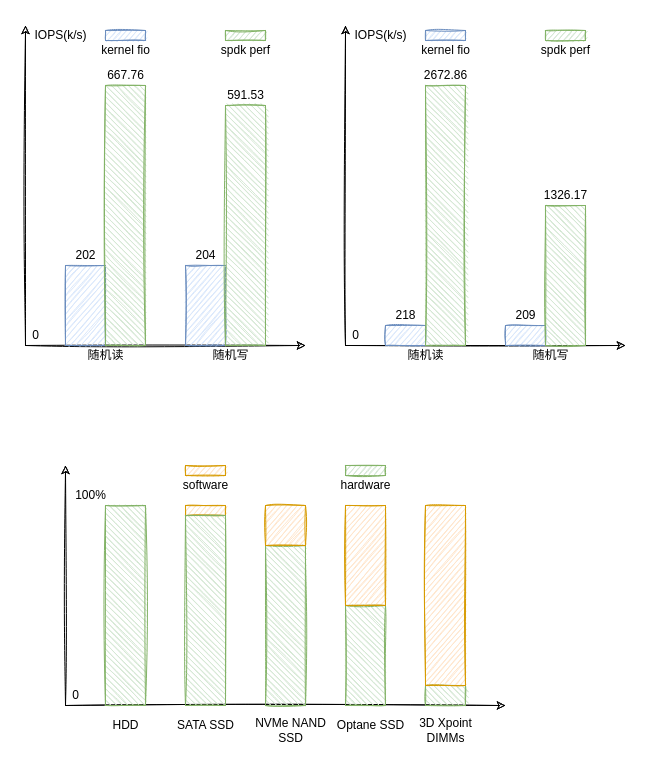
EarthWind/deeparch keeps this draw.io diagram as page "perf" (7 of 7) of spdk/spdk.drawio. Above is the earlier version. Source tidied: cells renumbered, new cells numbered last; positions are measured from the earlier drawing's top-left corner, leaving out a move shared by most shapes. Both pictures are drawn from the tidied source at 100%, with x=0, y=0 at pixel (25, 25).
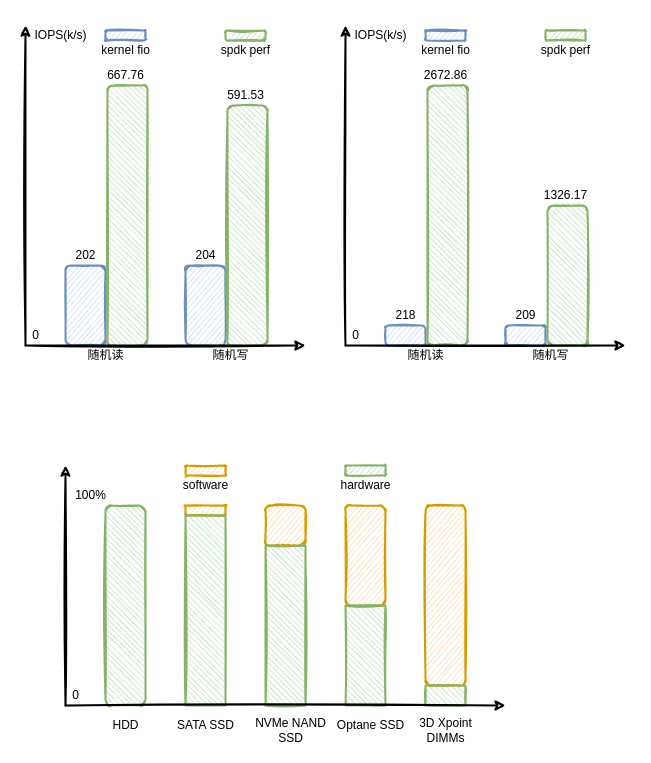
The same page after the edit.

Change to the diagram source:
```diff
@@
-    <mxCell id="2" style="endArrow=classic;html=1;sketch=1;" parent="1" edge="1">
+    <mxCell id="2" style="endArrow=classic;html=1;sketch=1;strokeWidth=2;" parent="1" edge="1">
       <mxGeometry relative="1" as="geometry">
         <mxPoint y="320" as="sourcePoint" />
         <mxPoint as="targetPoint" />
       </mxGeometry>
     </mxCell>
-    <mxCell id="3" style="endArrow=classic;html=1;sketch=1;" parent="1" edge="1">
-      <mxGeometry relative="1" as="geometry">
-        <mxPoint y="320" as="sourcePoint" />
-        <mxPoint x="280" y="320" as="targetPoint" />
-      </mxGeometry>
-    </mxCell>
-    <mxCell id="4" style="rounded=0;whiteSpace=wrap;html=1;sketch=1;fillColor=#dae8fc;strokeColor=#6c8ebf;fillWeight=1;hachureGap=4;hachureAngle=-41;" parent="1" vertex="1">
+    <mxCell id="4" style="rounded=1;whiteSpace=wrap;html=1;sketch=1;fillColor=#dae8fc;strokeColor=#6c8ebf;fillWeight=1;hachureGap=4;hachureAngle=-41;strokeWidth=2;" parent="1" vertex="1">
       <mxGeometry x="40" y="240" width="40" height="80" as="geometry" />
     </mxCell>
-    <mxCell id="5" style="rounded=0;whiteSpace=wrap;html=1;sketch=1;fillColor=#d5e8d4;strokeColor=#82b366;fillWeight=1;hachureGap=4;hachureAngle=45;" parent="1" vertex="1">
-      <mxGeometry x="80" y="60" width="40" height="260" as="geometry" />
+    <mxCell id="5" style="rounded=1;whiteSpace=wrap;html=1;sketch=1;fillColor=#d5e8d4;strokeColor=#82b366;fillWeight=1;hachureGap=4;hachureAngle=45;strokeWidth=2;" parent="1" vertex="1">
+      <mxGeometry x="82" y="60" width="40" height="260" as="geometry" />
     </mxCell>
-    <mxCell id="6" style="rounded=0;whiteSpace=wrap;html=1;sketch=1;fillColor=#dae8fc;strokeColor=#6c8ebf;fillWeight=1;hachureGap=4;" parent="1" vertex="1">
+    <mxCell id="6" style="rounded=1;whiteSpace=wrap;html=1;sketch=1;fillColor=#dae8fc;strokeColor=#6c8ebf;fillWeight=1;hachureGap=4;strokeWidth=2;" parent="1" vertex="1">
       <mxGeometry x="160" y="240" width="40" height="80" as="geometry" />
     </mxCell>
-    <mxCell id="7" style="rounded=0;whiteSpace=wrap;html=1;sketch=1;fillColor=#d5e8d4;strokeColor=#82b366;fillWeight=1;hachureGap=4;hachureAngle=45;" parent="1" vertex="1">
-      <mxGeometry x="200" y="80" width="40" height="240" as="geometry" />
+    <mxCell id="7" style="rounded=1;whiteSpace=wrap;html=1;sketch=1;fillColor=#d5e8d4;strokeColor=#82b366;fillWeight=1;hachureGap=4;hachureAngle=45;strokeWidth=2;" parent="1" vertex="1">
+      <mxGeometry x="202" y="80" width="40" height="240" as="geometry" />
     </mxCell>
@@
-    <mxCell id="16" style="endArrow=classic;html=1;sketch=1;" parent="1" edge="1">
+    <mxCell id="16" style="endArrow=classic;html=1;sketch=1;strokeWidth=2;" parent="1" edge="1">
       <mxGeometry relative="1" as="geometry">
         <mxPoint x="320" y="320" as="sourcePoint" />
         <mxPoint x="320" as="targetPoint" />
       </mxGeometry>
     </mxCell>
-    <mxCell id="17" style="endArrow=classic;html=1;sketch=1;" parent="1" edge="1">
-      <mxGeometry relative="1" as="geometry">
-        <mxPoint x="320" y="320" as="sourcePoint" />
-        <mxPoint x="600" y="320" as="targetPoint" />
-      </mxGeometry>
-    </mxCell>
-    <mxCell id="18" style="rounded=0;whiteSpace=wrap;html=1;sketch=1;fillColor=#dae8fc;strokeColor=#6c8ebf;fillWeight=1;hachureGap=4;hachureAngle=-41;" parent="1" vertex="1">
+    <mxCell id="18" style="rounded=1;whiteSpace=wrap;html=1;sketch=1;fillColor=#dae8fc;strokeColor=#6c8ebf;fillWeight=1;hachureGap=4;hachureAngle=-41;strokeWidth=2;" parent="1" vertex="1">
       <mxGeometry x="360" y="300" width="40" height="20" as="geometry" />
     </mxCell>
-    <mxCell id="19" style="rounded=0;whiteSpace=wrap;html=1;sketch=1;fillColor=#d5e8d4;strokeColor=#82b366;fillWeight=1;hachureGap=4;hachureAngle=45;" parent="1" vertex="1">
-      <mxGeometry x="400" y="60" width="40" height="260" as="geometry" />
+    <mxCell id="19" style="rounded=1;whiteSpace=wrap;html=1;sketch=1;fillColor=#d5e8d4;strokeColor=#82b366;fillWeight=1;hachureGap=4;hachureAngle=45;strokeWidth=2;" parent="1" vertex="1">
+      <mxGeometry x="402" y="60" width="40" height="260" as="geometry" />
     </mxCell>
-    <mxCell id="20" style="rounded=0;whiteSpace=wrap;html=1;sketch=1;fillColor=#dae8fc;strokeColor=#6c8ebf;fillWeight=1;hachureGap=4;" parent="1" vertex="1">
+    <mxCell id="20" style="rounded=1;whiteSpace=wrap;html=1;sketch=1;fillColor=#dae8fc;strokeColor=#6c8ebf;fillWeight=1;hachureGap=4;strokeWidth=2;" parent="1" vertex="1">
       <mxGeometry x="480" y="300" width="40" height="20" as="geometry" />
     </mxCell>
-    <mxCell id="21" style="rounded=0;whiteSpace=wrap;html=1;sketch=1;fillColor=#d5e8d4;strokeColor=#82b366;fillWeight=1;hachureGap=4;hachureAngle=45;" parent="1" vertex="1">
-      <mxGeometry x="520" y="180" width="40" height="140" as="geometry" />
+    <mxCell id="21" style="rounded=1;whiteSpace=wrap;html=1;sketch=1;fillColor=#d5e8d4;strokeColor=#82b366;fillWeight=1;hachureGap=4;hachureAngle=45;strokeWidth=2;" parent="1" vertex="1">
+      <mxGeometry x="522" y="180" width="40" height="140" as="geometry" />
     </mxCell>
@@
-    <mxCell id="30" style="rounded=0;whiteSpace=wrap;html=1;sketch=1;fillColor=#dae8fc;strokeColor=#6c8ebf;fillWeight=1;hachureGap=4;hachureAngle=-41;" parent="1" vertex="1">
+    <mxCell id="30" style="rounded=1;whiteSpace=wrap;html=1;sketch=1;fillColor=#dae8fc;strokeColor=#6c8ebf;fillWeight=1;hachureGap=4;hachureAngle=-41;strokeWidth=2;" parent="1" vertex="1">
       <mxGeometry x="80" y="5" width="40" height="10" as="geometry" />
     </mxCell>
-    <mxCell id="31" style="rounded=0;whiteSpace=wrap;html=1;sketch=1;fillColor=#d5e8d4;strokeColor=#82b366;fillWeight=1;hachureGap=4;hachureAngle=-41;" parent="1" vertex="1">
+    <mxCell id="31" style="rounded=1;whiteSpace=wrap;html=1;sketch=1;fillColor=#d5e8d4;strokeColor=#82b366;fillWeight=1;hachureGap=4;hachureAngle=-41;strokeWidth=2;" parent="1" vertex="1">
       <mxGeometry x="200" y="5" width="40" height="10" as="geometry" />
     </mxCell>
@@
-    <mxCell id="34" style="rounded=0;whiteSpace=wrap;html=1;sketch=1;fillColor=#dae8fc;strokeColor=#6c8ebf;fillWeight=1;hachureGap=4;hachureAngle=-41;" parent="1" vertex="1">
+    <mxCell id="34" style="rounded=1;whiteSpace=wrap;html=1;sketch=1;fillColor=#dae8fc;strokeColor=#6c8ebf;fillWeight=1;hachureGap=4;hachureAngle=-41;strokeWidth=2;" parent="1" vertex="1">
       <mxGeometry x="400" y="5" width="40" height="10" as="geometry" />
     </mxCell>
-    <mxCell id="35" style="rounded=0;whiteSpace=wrap;html=1;sketch=1;fillColor=#d5e8d4;strokeColor=#82b366;fillWeight=1;hachureGap=4;hachureAngle=-41;" parent="1" vertex="1">
+    <mxCell id="35" style="rounded=1;whiteSpace=wrap;html=1;sketch=1;fillColor=#d5e8d4;strokeColor=#82b366;fillWeight=1;hachureGap=4;hachureAngle=-41;strokeWidth=2;" parent="1" vertex="1">
       <mxGeometry x="520" y="5" width="40" height="10" as="geometry" />
     </mxCell>
@@
-    <mxCell id="38" style="endArrow=classic;html=1;sketch=1;" parent="1" edge="1">
+    <mxCell id="38" style="endArrow=classic;html=1;sketch=1;strokeWidth=2;" parent="1" edge="1">
       <mxGeometry relative="1" as="geometry">
         <mxPoint x="40" y="680" as="sourcePoint" />
         <mxPoint x="40" y="440" as="targetPoint" />
       </mxGeometry>
     </mxCell>
-    <mxCell id="39" style="endArrow=classic;html=1;sketch=1;" parent="1" edge="1">
-      <mxGeometry relative="1" as="geometry">
-        <mxPoint x="40" y="680" as="sourcePoint" />
-        <mxPoint x="480" y="680" as="targetPoint" />
-      </mxGeometry>
-    </mxCell>
-    <mxCell id="40" style="rounded=0;whiteSpace=wrap;html=1;sketch=1;fillColor=#ffe6cc;strokeColor=#d79b00;fillWeight=1;hachureGap=4;hachureAngle=-41;" parent="1" vertex="1">
+    <mxCell id="40" style="rounded=1;whiteSpace=wrap;html=1;sketch=1;fillColor=#ffe6cc;strokeColor=#d79b00;fillWeight=1;hachureGap=4;hachureAngle=-41;strokeWidth=2;" parent="1" vertex="1">
       <mxGeometry x="160" y="480" width="40" height="10" as="geometry" />
     </mxCell>
-    <mxCell id="41" style="rounded=0;whiteSpace=wrap;html=1;sketch=1;fillColor=#d5e8d4;strokeColor=#82b366;fillWeight=1;hachureGap=4;hachureAngle=45;" parent="1" vertex="1">
+    <mxCell id="41" style="whiteSpace=wrap;html=1;sketch=1;fillColor=#d5e8d4;strokeColor=#82b366;fillWeight=1;hachureGap=4;hachureAngle=45;strokeWidth=2;rounded=1;" parent="1" vertex="1">
       <mxGeometry x="80" y="480" width="40" height="200" as="geometry" />
     </mxCell>
-    <mxCell id="42" style="rounded=0;whiteSpace=wrap;html=1;sketch=1;fillColor=#d5e8d4;strokeColor=#82b366;fillWeight=1;hachureGap=4;hachureAngle=45;" parent="1" vertex="1">
+    <mxCell id="42" style="rounded=0;whiteSpace=wrap;html=1;sketch=1;fillColor=#d5e8d4;strokeColor=#82b366;fillWeight=1;hachureGap=4;hachureAngle=45;strokeWidth=2;" parent="1" vertex="1">
       <mxGeometry x="160" y="490" width="40" height="190" as="geometry" />
     </mxCell>
@@
-    <mxCell id="45" style="rounded=0;whiteSpace=wrap;html=1;sketch=1;fillColor=#ffe6cc;strokeColor=#d79b00;fillWeight=1;hachureGap=4;hachureAngle=-41;" parent="1" vertex="1">
+    <mxCell id="45" style="rounded=1;whiteSpace=wrap;html=1;sketch=1;fillColor=#ffe6cc;strokeColor=#d79b00;fillWeight=1;hachureGap=4;hachureAngle=-41;strokeWidth=2;" parent="1" vertex="1">
       <mxGeometry x="160" y="440" width="40" height="10" as="geometry" />
     </mxCell>
-    <mxCell id="46" style="rounded=0;whiteSpace=wrap;html=1;sketch=1;fillColor=#d5e8d4;strokeColor=#82b366;fillWeight=1;hachureGap=4;hachureAngle=-41;" parent="1" vertex="1">
+    <mxCell id="46" style="rounded=1;whiteSpace=wrap;html=1;sketch=1;fillColor=#d5e8d4;strokeColor=#82b366;fillWeight=1;hachureGap=4;hachureAngle=-41;strokeWidth=2;" parent="1" vertex="1">
       <mxGeometry x="320" y="440" width="40" height="10" as="geometry" />
     </mxCell>
@@
-    <mxCell id="49" style="rounded=0;whiteSpace=wrap;html=1;sketch=1;fillColor=#d5e8d4;strokeColor=#82b366;fillWeight=1;hachureGap=4;hachureAngle=45;" parent="1" vertex="1">
-      <mxGeometry x="240" y="520" width="40" height="160" as="geometry" />
-    </mxCell>
-    <mxCell id="50" style="rounded=0;whiteSpace=wrap;html=1;sketch=1;fillColor=#ffe6cc;strokeColor=#d79b00;fillWeight=1;hachureGap=4;hachureAngle=-41;" parent="1" vertex="1">
+    <mxCell id="50" style="rounded=1;whiteSpace=wrap;html=1;sketch=1;fillColor=#ffe6cc;strokeColor=#d79b00;fillWeight=1;hachureGap=4;hachureAngle=-41;strokeWidth=2;" parent="1" vertex="1">
       <mxGeometry x="240" y="480" width="40" height="40" as="geometry" />
     </mxCell>
-    <mxCell id="51" style="rounded=0;whiteSpace=wrap;html=1;sketch=1;fillColor=#d5e8d4;strokeColor=#82b366;fillWeight=1;hachureGap=4;hachureAngle=45;" parent="1" vertex="1">
-      <mxGeometry x="320" y="580" width="40" height="100" as="geometry" />
-    </mxCell>
-    <mxCell id="52" style="rounded=0;whiteSpace=wrap;html=1;sketch=1;fillColor=#ffe6cc;strokeColor=#d79b00;fillWeight=1;hachureGap=4;hachureAngle=-41;" parent="1" vertex="1">
+    <mxCell id="52" style="whiteSpace=wrap;html=1;sketch=1;fillColor=#ffe6cc;strokeColor=#d79b00;fillWeight=1;hachureGap=4;hachureAngle=-41;strokeWidth=2;rounded=1;" parent="1" vertex="1">
       <mxGeometry x="320" y="480" width="40" height="100" as="geometry" />
     </mxCell>
-    <mxCell id="53" style="rounded=0;whiteSpace=wrap;html=1;sketch=1;fillColor=#d5e8d4;strokeColor=#82b366;fillWeight=1;hachureGap=4;hachureAngle=45;" parent="1" vertex="1">
-      <mxGeometry x="400" y="660" width="40" height="20" as="geometry" />
-    </mxCell>
-    <mxCell id="54" style="rounded=0;whiteSpace=wrap;html=1;sketch=1;fillColor=#ffe6cc;strokeColor=#d79b00;fillWeight=1;hachureGap=4;hachureAngle=-41;" parent="1" vertex="1">
+    <mxCell id="54" style="rounded=1;whiteSpace=wrap;html=1;sketch=1;fillColor=#ffe6cc;strokeColor=#d79b00;fillWeight=1;hachureGap=4;hachureAngle=-41;strokeWidth=2;" parent="1" vertex="1">
       <mxGeometry x="400" y="480" width="40" height="180" as="geometry" />
     </mxCell>
@@
+    <mxCell id="49" style="rounded=0;whiteSpace=wrap;html=1;sketch=1;fillColor=#d5e8d4;strokeColor=#82b366;fillWeight=1;hachureGap=4;hachureAngle=45;strokeWidth=2;" parent="1" vertex="1">
+      <mxGeometry x="240" y="520" width="40" height="160" as="geometry" />
+    </mxCell>
+    <mxCell id="51" style="rounded=0;whiteSpace=wrap;html=1;sketch=1;fillColor=#d5e8d4;strokeColor=#82b366;fillWeight=1;hachureGap=4;hachureAngle=45;strokeWidth=2;" parent="1" vertex="1">
+      <mxGeometry x="320" y="580" width="40" height="100" as="geometry" />
+    </mxCell>
+    <mxCell id="53" style="rounded=0;whiteSpace=wrap;html=1;sketch=1;fillColor=#d5e8d4;strokeColor=#82b366;fillWeight=1;hachureGap=4;hachureAngle=45;strokeWidth=2;" parent="1" vertex="1">
+      <mxGeometry x="400" y="660" width="40" height="20" as="geometry" />
+    </mxCell>
+    <mxCell id="39" style="endArrow=classic;html=1;sketch=1;strokeWidth=2;" parent="1" edge="1">
+      <mxGeometry relative="1" as="geometry">
+        <mxPoint x="40" y="680" as="sourcePoint" />
+        <mxPoint x="480" y="680" as="targetPoint" />
+      </mxGeometry>
+    </mxCell>
+    <mxCell id="3" style="endArrow=classic;html=1;sketch=1;strokeWidth=2;" parent="1" edge="1">
+      <mxGeometry relative="1" as="geometry">
+        <mxPoint y="320" as="sourcePoint" />
+        <mxPoint x="280" y="320" as="targetPoint" />
+      </mxGeometry>
+    </mxCell>
+    <mxCell id="17" style="endArrow=classic;html=1;sketch=1;strokeWidth=2;" parent="1" edge="1">
+      <mxGeometry relative="1" as="geometry">
+        <mxPoint x="320" y="320" as="sourcePoint" />
+        <mxPoint x="600" y="320" as="targetPoint" />
+      </mxGeometry>
+    </mxCell>
```
